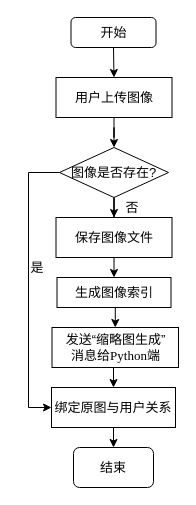
LiSoulSpace/GitBook keeps this draw.io diagram as 图像上传流程图.drawio. Above is the earlier version. Source tidied: cells renumbered, new cells numbered last; positions are measured from the earlier drawing's top-left corner, leaving out a move shared by most shapes. Both pictures are drawn from the tidied source at 100%, with x=0, y=0 at pixel (17, 17).
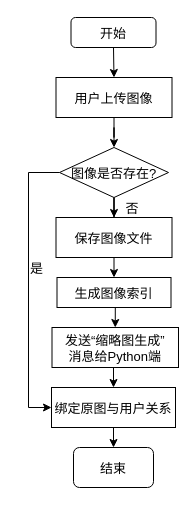
The same page after the edit.

Commit message:
更新图像上传流程图.drawio

Change to the diagram source:
```diff
@@
-    <mxCell id="2" style="edgeStyle=orthogonalEdgeStyle;rounded=0;jettySize=auto;html=1;exitX=0.5;exitY=1;exitDx=0;exitDy=0;entryX=0.5;entryY=0;entryDx=0;entryDy=0;fontFamily=宋体;fontSize=13;" parent="1" edge="1" source="3" target="5">
+    <mxCell id="2" style="edgeStyle=orthogonalEdgeStyle;rounded=0;jettySize=auto;exitX=0.5;exitY=1;exitDx=0;exitDy=0;entryX=0.5;entryY=0;entryDx=0;entryDy=0;fontFamily=宋体;fontSize=13;" parent="1" edge="1" source="3" target="5">
       <mxGeometry relative="1" as="geometry" />
     </mxCell>
-    <mxCell id="3" value="开始" style="rounded=1;whiteSpace=wrap;html=1;fontSize=13;glass=0;strokeWidth=1;shadow=0;fontFamily=宋体;" parent="1" vertex="1">
+    <mxCell id="3" value="开始" style="rounded=1;fontSize=13;glass=0;strokeWidth=1;shadow=0;fontFamily=宋体;" parent="1" vertex="1">
       <mxGeometry x="53.5" width="85" height="30" as="geometry" />
     </mxCell>
-    <mxCell id="4" style="edgeStyle=orthogonalEdgeStyle;rounded=0;jettySize=auto;html=1;fontFamily=宋体;fontSize=13;" parent="1" edge="1" source="5" target="10">
+    <mxCell id="4" style="edgeStyle=orthogonalEdgeStyle;rounded=0;jettySize=auto;fontFamily=宋体;fontSize=13;" parent="1" edge="1" source="5" target="10">
       <mxGeometry relative="1" as="geometry" />
     </mxCell>
-    <mxCell id="5" value="用户上传图像" style="rounded=0;whiteSpace=wrap;html=1;fontFamily=宋体;fontSize=13;" parent="1" vertex="1">
+    <mxCell id="5" value="用户上传图像" style="rounded=0;fontFamily=宋体;fontSize=13;" parent="1" vertex="1">
       <mxGeometry x="38.5" y="60" width="116" height="40" as="geometry" />
     </mxCell>
-    <mxCell id="6" style="edgeStyle=orthogonalEdgeStyle;rounded=0;jettySize=auto;html=1;exitX=0.5;exitY=1;exitDx=0;exitDy=0;entryX=0.5;entryY=0;entryDx=0;entryDy=0;fontFamily=宋体;fontSize=13;" parent="1" edge="1" source="7" target="12">
+    <mxCell id="6" style="edgeStyle=orthogonalEdgeStyle;rounded=0;jettySize=auto;exitX=0.5;exitY=1;exitDx=0;exitDy=0;entryX=0.5;entryY=0;entryDx=0;entryDy=0;fontFamily=宋体;fontSize=13;" parent="1" edge="1" source="7" target="12">
       <mxGeometry relative="1" as="geometry" />
     </mxCell>
-    <mxCell id="7" value="保存图像文件" style="rounded=0;whiteSpace=wrap;html=1;fontFamily=宋体;fontSize=13;" parent="1" vertex="1">
+    <mxCell id="7" value="保存图像文件" style="rounded=0;fontFamily=宋体;fontSize=13;" parent="1" vertex="1">
       <mxGeometry x="38.5" y="200" width="116" height="40" as="geometry" />
     </mxCell>
-    <mxCell id="8" style="edgeStyle=orthogonalEdgeStyle;rounded=0;jettySize=auto;html=1;fontFamily=宋体;fontSize=13;" parent="1" edge="1" source="10" target="7">
+    <mxCell id="8" style="edgeStyle=orthogonalEdgeStyle;rounded=0;jettySize=auto;fontFamily=宋体;fontSize=13;" parent="1" edge="1" source="10" target="7">
       <mxGeometry relative="1" as="geometry" />
     </mxCell>
-    <mxCell id="9" style="edgeStyle=orthogonalEdgeStyle;rounded=0;jettySize=auto;html=1;exitX=0;exitY=0.5;exitDx=0;exitDy=0;entryX=0;entryY=0.5;entryDx=0;entryDy=0;fontSize=13;fontFamily=宋体;" parent="1" edge="1" source="10" target="17">
+    <mxCell id="9" style="edgeStyle=orthogonalEdgeStyle;rounded=0;jettySize=auto;exitX=0;exitY=0.5;exitDx=0;exitDy=0;entryX=0;entryY=0.5;entryDx=0;entryDy=0;fontSize=13;fontFamily=宋体;" parent="1" edge="1" source="10" target="17">
       <mxGeometry relative="1" as="geometry">
         <Array as="points">
           <mxPoint x="11" y="155" />
           <mxPoint x="11" y="390" />
         </Array>
       </mxGeometry>
     </mxCell>
-    <mxCell id="10" value="图像是否存在?" style="rhombus;whiteSpace=wrap;html=1;fontFamily=宋体;fontSize=13;" parent="1" vertex="1">
+    <mxCell id="10" value="图像是否存在?" style="rhombus;fontFamily=宋体;fontSize=13;" parent="1" vertex="1">
       <mxGeometry x="42" y="130" width="109" height="50" as="geometry" />
     </mxCell>
-    <mxCell id="11" style="edgeStyle=orthogonalEdgeStyle;rounded=0;jettySize=auto;html=1;exitX=0.5;exitY=1;exitDx=0;exitDy=0;entryX=0.5;entryY=0;entryDx=0;entryDy=0;fontFamily=宋体;fontSize=13;" parent="1" edge="1" source="12" target="14">
+    <mxCell id="11" style="edgeStyle=orthogonalEdgeStyle;rounded=0;jettySize=auto;exitX=0.5;exitY=1;exitDx=0;exitDy=0;entryX=0.5;entryY=0;entryDx=0;entryDy=0;fontFamily=宋体;fontSize=13;" parent="1" edge="1" source="12" target="14">
       <mxGeometry relative="1" as="geometry" />
     </mxCell>
-    <mxCell id="12" value="生成图像索引" style="rounded=0;whiteSpace=wrap;html=1;fontFamily=宋体;fontSize=13;" parent="1" vertex="1">
+    <mxCell id="12" value="生成图像索引" style="rounded=0;fontFamily=宋体;fontSize=13;" parent="1" vertex="1">
       <mxGeometry x="39.5" y="260" width="114" height="30" as="geometry" />
     </mxCell>
-    <mxCell id="13" style="edgeStyle=orthogonalEdgeStyle;rounded=0;jettySize=auto;html=1;exitX=0.5;exitY=1;exitDx=0;exitDy=0;entryX=0.5;entryY=0;entryDx=0;entryDy=0;fontSize=13;fontFamily=宋体;" parent="1" edge="1" source="14" target="17">
+    <mxCell id="13" style="edgeStyle=orthogonalEdgeStyle;rounded=0;jettySize=auto;exitX=0.5;exitY=1;exitDx=0;exitDy=0;entryX=0.5;entryY=0;entryDx=0;entryDy=0;fontSize=13;fontFamily=宋体;" parent="1" edge="1" source="14" target="17">
       <mxGeometry relative="1" as="geometry" />
     </mxCell>
-    <mxCell id="14" value="发送“缩略图生成”&lt;br style=&quot;font-size: 13px;&quot;&gt;消息给&lt;font face=&quot;Times New Roman&quot; style=&quot;font-size: 13px;&quot;&gt;Python&lt;/font&gt;端" style="rounded=0;whiteSpace=wrap;html=1;fontFamily=宋体;fontSize=13;" parent="1" vertex="1">
+    <mxCell id="14" value="发送“缩略图生成”&#10;消息给Python端" style="rounded=0;fontFamily=宋体;fontSize=13;" parent="1" vertex="1">
       <mxGeometry x="34.5" y="310" width="126.5" height="40" as="geometry" />
     </mxCell>
-    <mxCell id="15" value="结束" style="rounded=1;whiteSpace=wrap;html=1;fontFamily=宋体;fontSize=13;" parent="1" vertex="1">
+    <mxCell id="15" value="结束" style="rounded=1;fontFamily=宋体;fontSize=13;" parent="1" vertex="1">
       <mxGeometry x="56" y="430" width="80" height="40" as="geometry" />
     </mxCell>
-    <mxCell id="16" style="edgeStyle=orthogonalEdgeStyle;rounded=0;jettySize=auto;html=1;exitX=0.5;exitY=1;exitDx=0;exitDy=0;entryX=0.5;entryY=0;entryDx=0;entryDy=0;fontSize=13;fontFamily=宋体;" parent="1" edge="1" source="17" target="15">
+    <mxCell id="16" style="edgeStyle=orthogonalEdgeStyle;rounded=0;jettySize=auto;exitX=0.5;exitY=1;exitDx=0;exitDy=0;entryX=0.5;entryY=0;entryDx=0;entryDy=0;fontSize=13;fontFamily=宋体;" parent="1" edge="1" source="17" target="15">
       <mxGeometry relative="1" as="geometry" />
     </mxCell>
-    <mxCell id="17" value="绑定原图与用户关系" style="rounded=0;whiteSpace=wrap;html=1;fontFamily=宋体;fontSize=13;" parent="1" vertex="1">
+    <mxCell id="17" value="绑定原图与用户关系" style="rounded=0;fontFamily=宋体;fontSize=13;" parent="1" vertex="1">
       <mxGeometry x="34" y="370" width="124" height="40" as="geometry" />
     </mxCell>
-    <mxCell id="18" value="是" style="text;html=1;strokeColor=none;fillColor=none;align=center;verticalAlign=middle;whiteSpace=wrap;rounded=0;fontSize=13;fontFamily=宋体;" parent="1" vertex="1">
+    <mxCell id="18" value="是" style="text;strokeColor=none;fillColor=none;align=center;verticalAlign=middle;rounded=0;fontSize=13;fontFamily=宋体;" parent="1" vertex="1">
       <mxGeometry x="-0.5" y="240" width="40" height="20" as="geometry" />
     </mxCell>
-    <mxCell id="19" value="否" style="text;html=1;strokeColor=none;fillColor=none;align=center;verticalAlign=middle;whiteSpace=wrap;rounded=0;fontSize=13;fontFamily=宋体;" parent="1" vertex="1">
+    <mxCell id="19" value="否" style="text;strokeColor=none;fillColor=none;align=center;verticalAlign=middle;rounded=0;fontSize=13;fontFamily=宋体;" parent="1" vertex="1">
       <mxGeometry x="95" y="180" width="40" height="20" as="geometry" />
     </mxCell>
```
